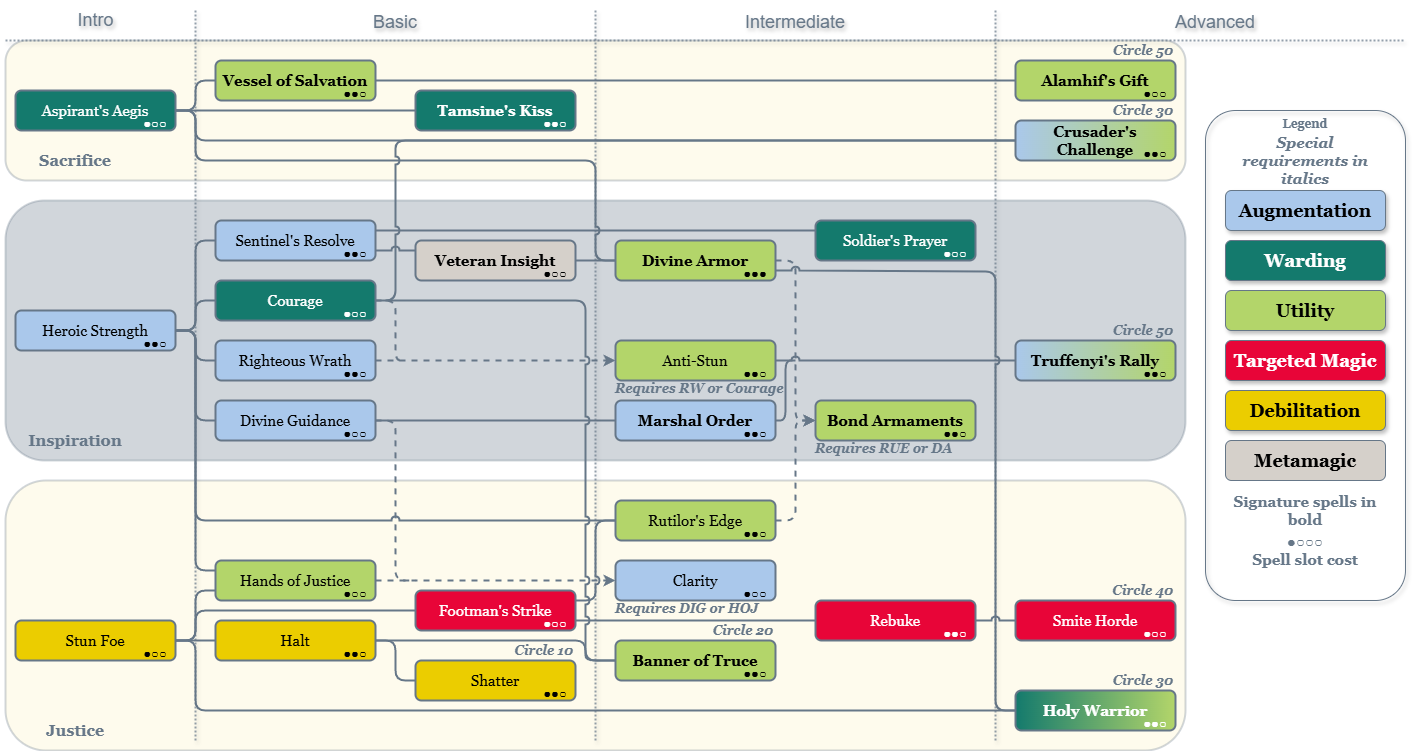
Above: Paladin/Paladin.png in MahtraDR/dr-spell-trees (draw.io), before the change. Source tidied: cells renumbered, new cells last; positions are measured from the earlier drawing's top-left corner, leaving out a move shared by most shapes.
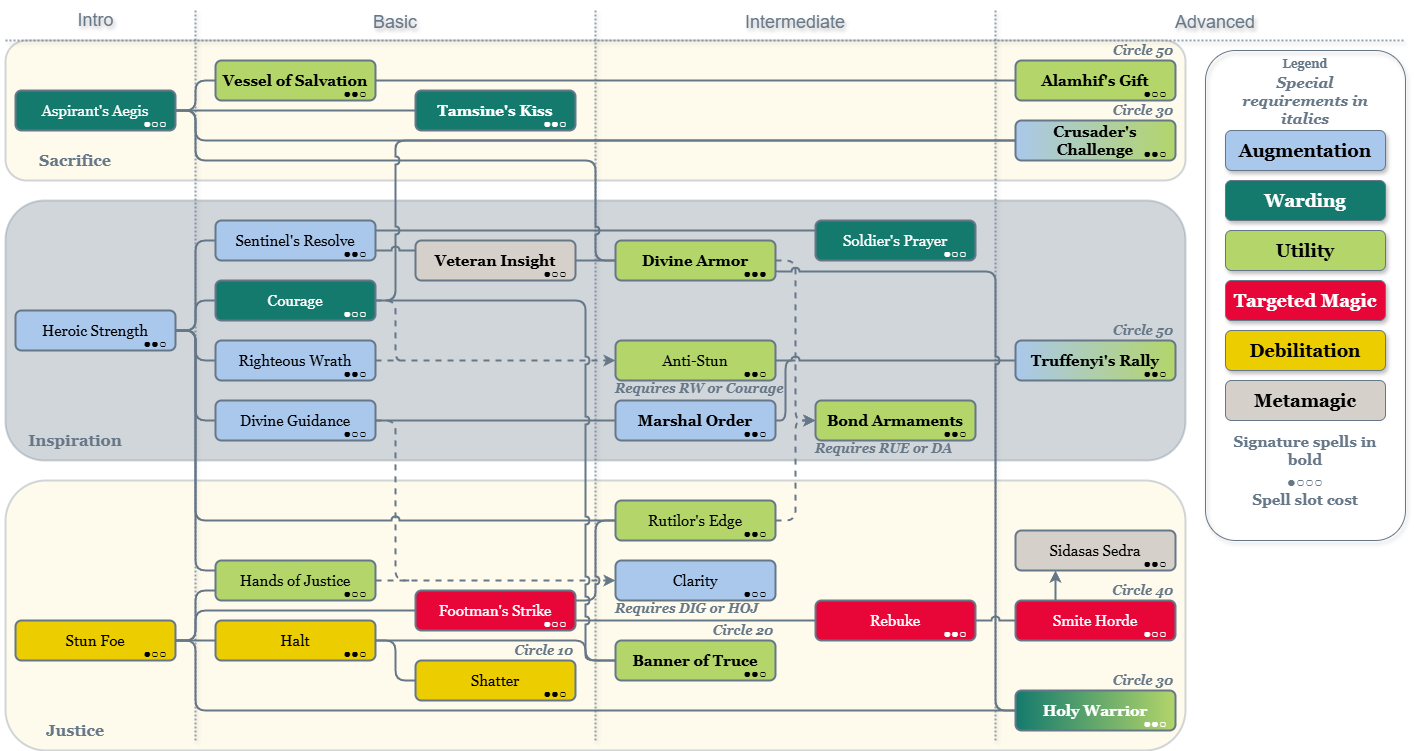
The same file after the commit.

Change to the diagram source:
```diff
@@ -309,6 +309,9 @@
     <mxCell id="68" value="Holy Warrior" style="rounded=1;strokeWidth=2;strokeColor=#667788;textShadow=0;labelBackgroundColor=none;whiteSpace=wrap;fontSize=15;fontFamily=Georgia;fillColor=#147A6D;fontStyle=1;fontColor=#FFFFFF;gradientColor=#B3D56A;gradientDirection=east;" parent="8" vertex="1">
       <mxGeometry x="1010" y="690" width="160" height="40" as="geometry" />
     </mxCell>
+    <mxCell id="133" style="edgeStyle=orthogonalEdgeStyle;rounded=1;jettySize=auto;html=1;exitX=0.25;exitY=0;exitDx=0;exitDy=0;entryX=0.25;entryY=1;entryDx=0;entryDy=0;strokeColor=#667788;strokeWidth=2;align=center;verticalAlign=middle;fontFamily=Helvetica;fontSize=11;fontColor=default;labelBackgroundColor=default;jumpStyle=arc;endArrow=classic;endFill=1;curved=0;" parent="8" edge="1" source="69" target="134">
+      <mxGeometry relative="1" as="geometry" />
+    </mxCell>
     <mxCell id="69" value="Smite Horde" style="rounded=1;strokeWidth=2;strokeColor=#667788;textShadow=0;labelBackgroundColor=none;whiteSpace=wrap;fontSize=15;fontFamily=Georgia;fillColor=#E80538;fontColor=#FFFFFF;" parent="8" vertex="1">
       <mxGeometry x="1010" y="600" width="160" height="40" as="geometry" />
     </mxCell>
@@ -329,6 +332,9 @@
         </Array>
       </mxGeometry>
     </mxCell>
+    <mxCell id="134" value="Sidasas Sedra" style="rounded=1;strokeWidth=2;strokeColor=#667788;textShadow=0;labelBackgroundColor=none;whiteSpace=wrap;fontSize=15;fontFamily=Georgia;fillColor=#D5D0CA;fontStyle=0;" parent="8" vertex="1">
+      <mxGeometry x="1010" y="530" width="160" height="40" as="geometry" />
+    </mxCell>
     <mxCell id="72" parent="0" />
     <mxCell id="73" style="html=1;rounded=0;strokeWidth=2;endArrow=none;endFill=0;dashed=1;labelBackgroundColor=none;shadow=1;fontColor=default;strokeColor=#667788;opacity=70;dashPattern=1 1;" parent="72" edge="1">
       <mxGeometry relative="1" as="geometry">
@@ -367,34 +373,34 @@
       <mxGeometry x="1150" width="120" height="40" as="geometry" />
     </mxCell>
     <mxCell id="81" value="Legend" style="rounded=1;fillColor=none;verticalAlign=top;labelBackgroundColor=none;fontStyle=1;fontColor=#667788;fontFamily=Georgia;strokeColor=#667788;shadow=1;glass=0;strokeWidth=1;textShadow=0;whiteSpace=wrap;" parent="72" vertex="1">
-      <mxGeometry x="1200" y="110" width="200" height="490" as="geometry" />
+      <mxGeometry x="1200" y="50" width="200" height="490" as="geometry" />
     </mxCell>
     <mxCell id="82" value="Metamagic" style="rounded=1;whiteSpace=wrap;fillColor=#D5D0CA;labelBackgroundColor=none;fontFamily=Georgia;fontSize=18;strokeColor=#667788;shadow=0;glass=0;strokeWidth=1;align=center;fontStyle=1;verticalAlign=middle;fontColor=#000000;textShadow=0;" parent="72" vertex="1">
-      <mxGeometry x="1220" y="440" width="160" height="40" as="geometry" />
+      <mxGeometry x="1220" y="380" width="160" height="40" as="geometry" />
     </mxCell>
     <mxCell id="83" value="Debilitation" style="rounded=1;whiteSpace=wrap;fillColor=#EBCD00;labelBackgroundColor=none;fontFamily=Georgia;fontSize=18;strokeColor=#667788;shadow=1;glass=0;strokeWidth=1;align=center;fontStyle=1;verticalAlign=middle;fontColor=#000000;textShadow=0;" parent="72" vertex="1">
-      <mxGeometry x="1220" y="390" width="160" height="40" as="geometry" />
+      <mxGeometry x="1220" y="330" width="160" height="40" as="geometry" />
     </mxCell>
     <mxCell id="84" value="Targeted Magic" style="rounded=1;whiteSpace=wrap;fillColor=#E80538;labelBackgroundColor=none;fontFamily=Georgia;fontSize=18;strokeColor=#667788;shadow=1;glass=0;strokeWidth=1;align=center;fontStyle=1;verticalAlign=middle;fontColor=#FFFFFF;textShadow=0;" parent="72" vertex="1">
-      <mxGeometry x="1220" y="340" width="160" height="40" as="geometry" />
+      <mxGeometry x="1220" y="280" width="160" height="40" as="geometry" />
     </mxCell>
     <mxCell id="85" value="Utility" style="rounded=1;whiteSpace=wrap;fillColor=#B3D56A;labelBackgroundColor=none;fontFamily=Georgia;fontSize=18;strokeColor=#667788;shadow=1;glass=0;strokeWidth=1;align=center;fontStyle=1;verticalAlign=middle;fontColor=#000000;textShadow=0;" parent="72" vertex="1">
-      <mxGeometry x="1220" y="290" width="160" height="40" as="geometry" />
+      <mxGeometry x="1220" y="230" width="160" height="40" as="geometry" />
     </mxCell>
     <mxCell id="86" value="Warding" style="rounded=1;whiteSpace=wrap;fillColor=#147A6D;labelBackgroundColor=none;fontFamily=Georgia;fontSize=18;strokeColor=#667788;shadow=1;glass=0;strokeWidth=1;align=center;fontStyle=1;verticalAlign=middle;fontColor=#FFFFFF;textShadow=0;" parent="72" vertex="1">
-      <mxGeometry x="1220" y="240" width="160" height="40" as="geometry" />
+      <mxGeometry x="1220" y="180" width="160" height="40" as="geometry" />
     </mxCell>
     <mxCell id="87" value="Augmentation" style="rounded=1;whiteSpace=wrap;fillColor=#AAC8EB;labelBackgroundColor=none;fontFamily=Georgia;fontSize=18;strokeColor=#667788;shadow=1;glass=0;strokeWidth=1;fontColor=#000000;align=center;fontStyle=1;verticalAlign=middle;textShadow=0;" parent="72" vertex="1">
-      <mxGeometry x="1220" y="190" width="160" height="40" as="geometry" />
+      <mxGeometry x="1220" y="130" width="160" height="40" as="geometry" />
     </mxCell>
     <mxCell id="88" value="Special requirements in italics" style="text;align=center;verticalAlign=middle;whiteSpace=wrap;rounded=1;fontFamily=Georgia;fontSize=15;fontColor=#667788;labelBackgroundColor=none;fontStyle=3;strokeColor=none;shadow=1;glass=0;strokeWidth=1;" parent="72" vertex="1">
-      <mxGeometry x="1220" y="140" width="160" height="40" as="geometry" />
+      <mxGeometry x="1220" y="80" width="160" height="40" as="geometry" />
     </mxCell>
     <mxCell id="89" value="Signature spells in bold" style="text;align=center;verticalAlign=middle;whiteSpace=wrap;rounded=1;fontFamily=Georgia;fontSize=15;fontColor=#667788;labelBackgroundColor=none;fontStyle=1;strokeColor=none;shadow=1;glass=0;strokeWidth=1;" parent="72" vertex="1">
-      <mxGeometry x="1220" y="490" width="160" height="40" as="geometry" />
+      <mxGeometry x="1220" y="430" width="160" height="40" as="geometry" />
     </mxCell>
     <mxCell id="90" value="●○○○&#10;Spell slot cost" style="text;align=center;verticalAlign=middle;whiteSpace=wrap;rounded=1;fontFamily=Georgia;fontSize=15;fontColor=#667788;labelBackgroundColor=none;strokeColor=none;shadow=1;glass=0;strokeWidth=1;fontStyle=1;" parent="72" vertex="1">
-      <mxGeometry x="1220" y="530" width="160" height="40" as="geometry" />
+      <mxGeometry x="1220" y="470" width="160" height="40" as="geometry" />
     </mxCell>
     <mxCell id="91" value="Spell cost bubbles text" parent="0" />
     <mxCell id="92" value="●○○" style="text;align=center;verticalAlign=middle;rounded=0;fontFamily=Helvetica;fontSize=13;fontColor=default;labelBackgroundColor=none;spacing=0;spacingTop=0;spacingBottom=-5;fillColor=none;" parent="91" vertex="1">
@@ -481,6 +487,9 @@
     <mxCell id="119" value="●●●" style="text;align=center;verticalAlign=middle;rounded=0;fontFamily=Helvetica;fontSize=13;fontColor=default;labelBackgroundColor=none;spacing=0;spacingTop=0;spacingBottom=-5;fillColor=none;" parent="91" vertex="1">
       <mxGeometry x="730" y="260" width="40" height="20" as="geometry" />
     </mxCell>
+    <mxCell id="135" value="●●○" style="text;align=center;verticalAlign=middle;rounded=0;fontFamily=Helvetica;fontSize=13;fontColor=default;labelBackgroundColor=none;spacing=0;spacingTop=0;spacingBottom=-5;fillColor=none;" parent="91" vertex="1">
+      <mxGeometry x="1130" y="550" width="40" height="20" as="geometry" />
+    </mxCell>
     <mxCell id="120" value="Circle Pre-requisites text" parent="0" />
     <mxCell id="121" value="Circle 30" style="text;align=right;verticalAlign=bottom;strokeColor=none;fillColor=none;fontFamily=Georgia;fontSize=13;fontColor=#667788;labelBackgroundColor=none;fontStyle=3;" parent="120" vertex="1">
       <mxGeometry x="1100" y="90" width="70" height="30" as="geometry" />
```
